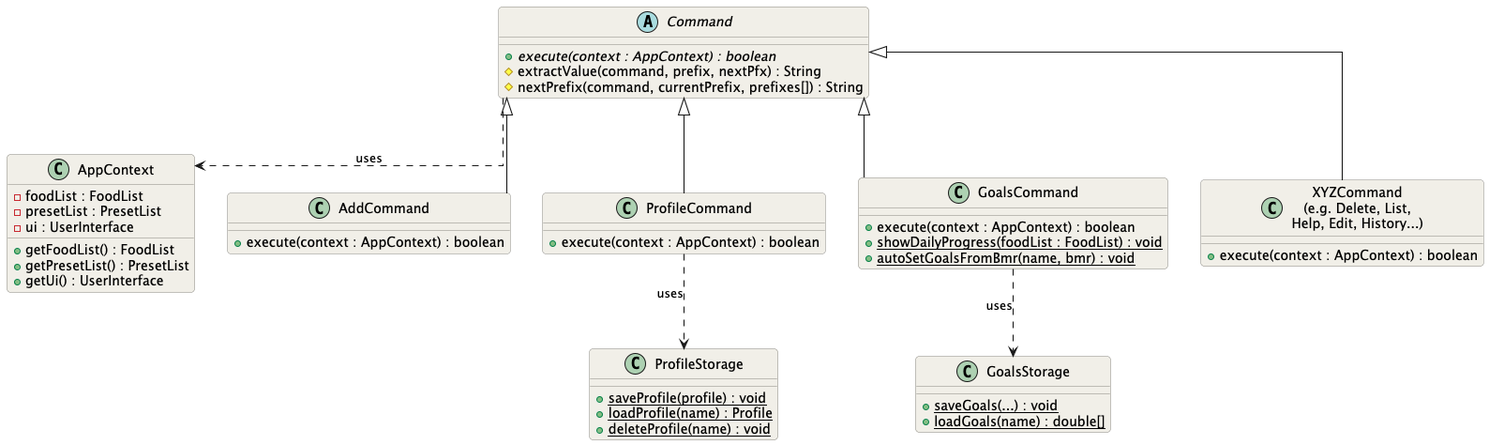
This is docs/uml/command_class.png from bryanyeo3125/tp, a PlantUML export, as it was before one commit. Its diagram source:
```plantuml
@startuml command_class
skinparam arrowThickness 1.1
skinparam classBackgroundColor #F1EFE8
skinparam classBorderColor #888780
skinparam roundcorner 8
skinparam linetype ortho

abstract class Command {
    + {abstract} execute(context : AppContext) : boolean
    # extractValue(command, prefix, nextPfx) : String
    # nextPrefix(command, currentPrefix, prefixes[]) : String
}

class AppContext {
    - foodList : FoodList
    - presetList : PresetList
    - ui : UserInterface
    + getFoodList() : FoodList
    + getPresetList() : PresetList
    + getUi() : UserInterface
}

class AddCommand {
    + execute(context : AppContext) : boolean
}

class ProfileCommand {
    + execute(context : AppContext) : boolean
}

class GoalsCommand {
    + execute(context : AppContext) : boolean
    + {static} showDailyProgress(foodList : FoodList) : void
    + {static} autoSetGoalsFromBmr(name, bmr) : void
}

class "XYZCommand\n(e.g. Delete, List,\nHelp, Edit, History...)" as OtherCmd {
    + execute(context : AppContext) : boolean
}

class ProfileStorage {
    + {static} saveProfile(profile) : void
    + {static} loadProfile(name) : Profile
    + {static} deleteProfile(name) : void
}

class GoalsStorage {
    + {static} saveGoals(...) : void
    + {static} loadGoals(name) : double[]
}

Command <|-- AddCommand
Command <|-- ProfileCommand
Command <|-- GoalsCommand
Command <|-- OtherCmd

Command ..> AppContext : uses
ProfileCommand ..> ProfileStorage : uses
GoalsCommand ..> GoalsStorage : uses
@enduml
```
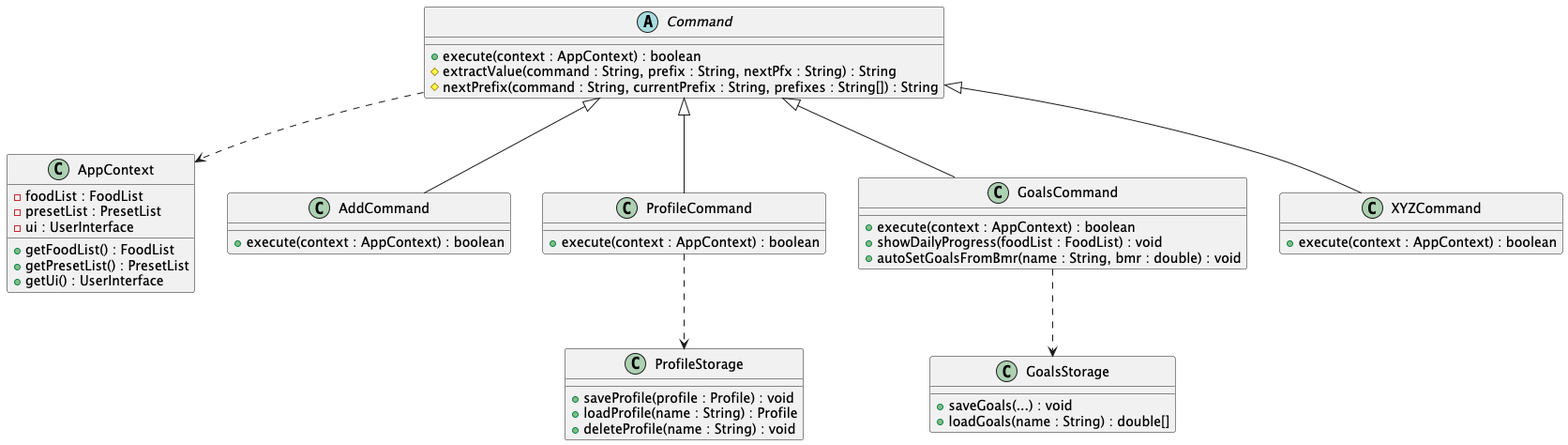
Later version of the same file.

Change to the diagram source:
```diff
@@ -1,60 +1,55 @@
-@startuml command_class
-skinparam arrowThickness 1.1
-skinparam classBackgroundColor #F1EFE8
-skinparam classBorderColor #888780
-skinparam roundcorner 8
-skinparam linetype ortho
-
+@startuml
 abstract class Command {
-    + {abstract} execute(context : AppContext) : boolean
-    # extractValue(command, prefix, nextPfx) : String
-    # nextPrefix(command, currentPrefix, prefixes[]) : String
+  +execute(context : AppContext) : boolean
+  #extractValue(command : String, prefix : String, nextPfx : String) : String
+  #nextPrefix(command : String, currentPrefix : String, prefixes : String[]) : String
 }
 
 class AppContext {
-    - foodList : FoodList
-    - presetList : PresetList
-    - ui : UserInterface
-    + getFoodList() : FoodList
-    + getPresetList() : PresetList
-    + getUi() : UserInterface
+  -foodList : FoodList
+  -presetList : PresetList
+  -ui : UserInterface
+  +getFoodList() : FoodList
+  +getPresetList() : PresetList
+  +getUi() : UserInterface
 }
 
 class AddCommand {
-    + execute(context : AppContext) : boolean
+  +execute(context : AppContext) : boolean
 }
 
 class ProfileCommand {
-    + execute(context : AppContext) : boolean
+  +execute(context : AppContext) : boolean
 }
 
 class GoalsCommand {
-    + execute(context : AppContext) : boolean
-    + {static} showDailyProgress(foodList : FoodList) : void
-    + {static} autoSetGoalsFromBmr(name, bmr) : void
+  +execute(context : AppContext) : boolean
+  +showDailyProgress(foodList : FoodList) : void
+  +autoSetGoalsFromBmr(name : String, bmr : double) : void
 }
 
-class "XYZCommand\n(e.g. Delete, List,\nHelp, Edit, History...)" as OtherCmd {
-    + execute(context : AppContext) : boolean
+class XYZCommand {
+  +execute(context : AppContext) : boolean
 }
 
 class ProfileStorage {
-    + {static} saveProfile(profile) : void
-    + {static} loadProfile(name) : Profile
-    + {static} deleteProfile(name) : void
+  +saveProfile(profile : Profile) : void
+  +loadProfile(name : String) : Profile
+  +deleteProfile(name : String) : void
 }
 
 class GoalsStorage {
-    + {static} saveGoals(...) : void
-    + {static} loadGoals(name) : double[]
+  +saveGoals(...) : void
+  +loadGoals(name : String) : double[]
 }
 
 Command <|-- AddCommand
 Command <|-- ProfileCommand
 Command <|-- GoalsCommand
-Command <|-- OtherCmd
+Command <|-- XYZCommand
 
-Command ..> AppContext : uses
-ProfileCommand ..> ProfileStorage : uses
-GoalsCommand ..> GoalsStorage : uses
+Command ..> AppContext
+
+ProfileCommand ..> ProfileStorage
+GoalsCommand ..> GoalsStorage
 @enduml
```
